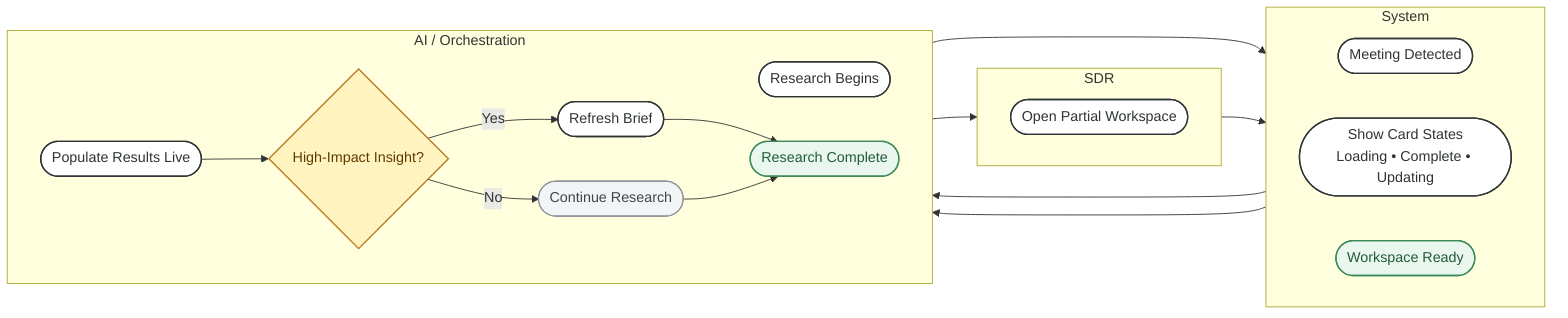
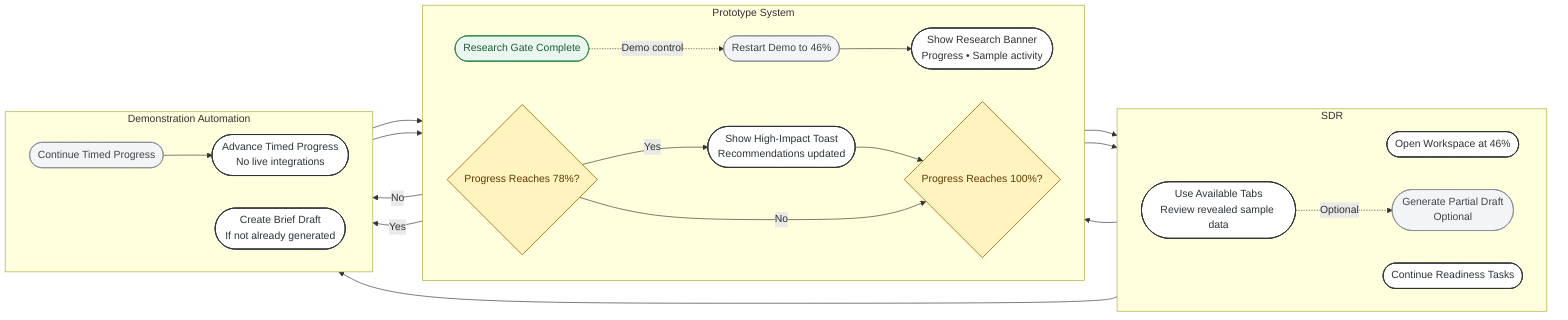
flowchart LR
  subgraph SDR[SDR]
    direction LR
-     workspace([Open Partial Workspace])
+     start([Open Workspace at 46%])
+     partial([Use Available Tabs<br/>Review revealed sample data])
+     draft([Generate Partial Draft<br/>Optional])
+     prep([Continue Readiness Tasks])
  end
-   subgraph SYS[System]
+   subgraph SYS[Prototype System]
    direction LR
-     detected([Meeting Detected])
-     states([Show Card States<br/>Loading • Complete • Updating])
-     ready([Workspace Ready])
+     banner([Show Research Banner<br/>Progress • Sample activity])
+     impact{Progress Reaches 78%?}
+     toast([Show High-Impact Toast<br/>Recommendations updated])
+     complete{Progress Reaches 100%?}
+     ready([Research Gate Complete])
+     restart([Restart Demo to 46%])
  end
-   subgraph AI[AI / Orchestration]
+   subgraph AI[Demonstration Automation]
    direction LR
-     research([Research Begins])
-     populate([Populate Results Live]) --> impact{High-Impact Insight?}
-     refresh([Refresh Brief])
-     continue([Continue Research])
-     complete([Research Complete])
+     advance([Advance Timed Progress<br/>No live integrations])
+     continue([Continue Timed Progress])
+     auto([Create Brief Draft<br/>If not already generated])
  end
-   detected --> research --> workspace --> states --> populate
-   impact -- Yes --> refresh --> complete
-   impact -- No --> continue --> complete
-   complete --> ready
-   class workspace,detected,states,research,populate,refresh action;
-   class impact decision;
-   class continue secondary;
-   class complete,ready status;
+   start --> banner --> partial --> advance --> impact
+   partial -. Optional .-> draft
+   impact -- Yes --> toast --> complete
+   impact -- No --> complete
+   complete -- No --> continue --> advance
+   complete -- Yes --> auto --> ready --> prep
+   ready -. Demo control .-> restart --> banner
+   class start,partial,prep,banner,toast,advance,auto action;
+   class impact,complete decision;
+   class draft,continue,restart secondary;
+   class ready status;
classDef action fill:#FFFFFF,stroke:#2F3437,stroke-width:1.5px,color:#2F3437;
classDef decision fill:#FFF3BF,stroke:#B7791F,stroke-width:1.5px,color:#5F3B00;
classDef status fill:#EAF7EE,stroke:#3B8C5A,stroke-width:1.5px,color:#205C38;
classDef external fill:#FFF8EE,stroke:#C8872E,stroke-width:1.5px,color:#62420F;
classDef secondary fill:#F3F4F6,stroke:#8A9099,stroke-width:1.25px,color:#40454C;
